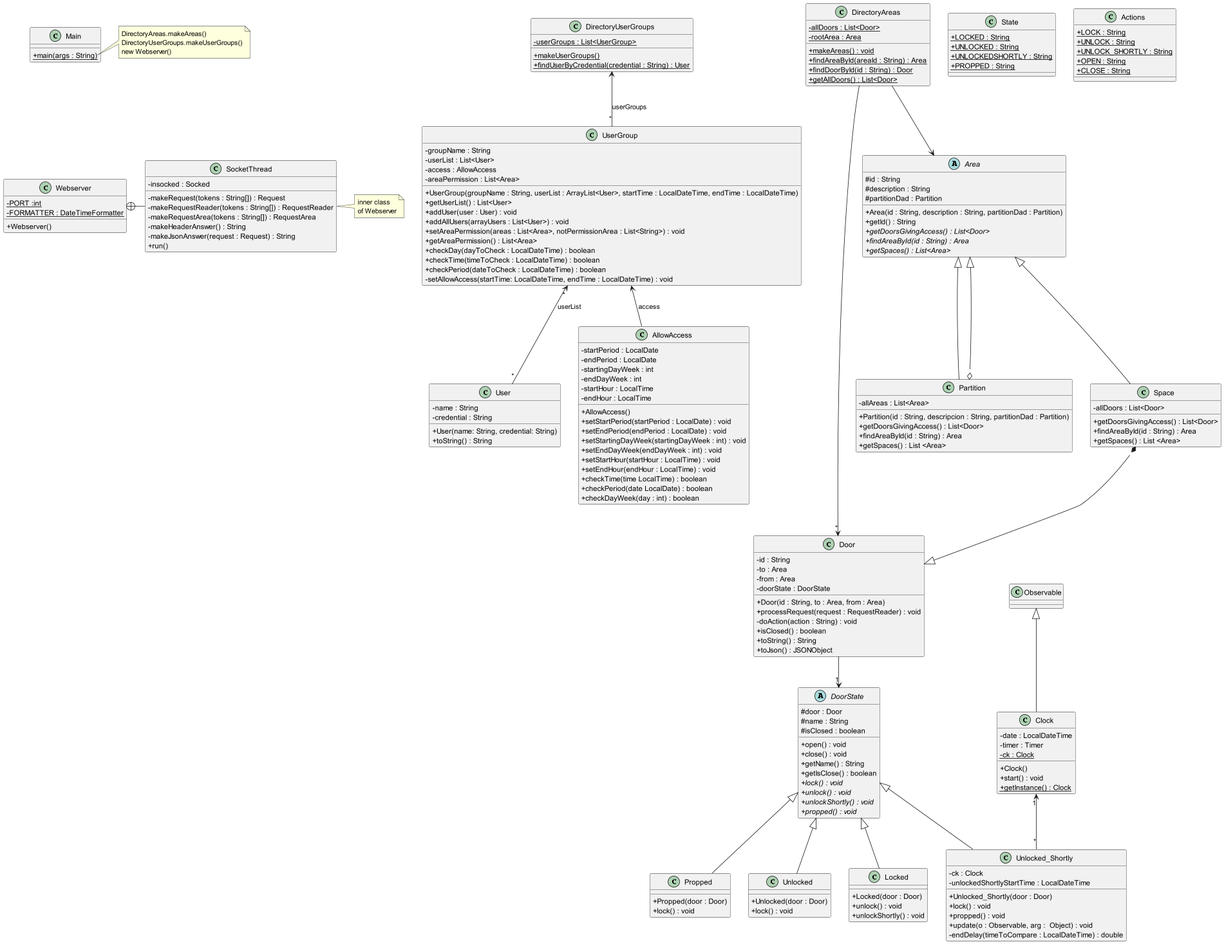
Jordiyy/DSPracticas keeps this PlantUML diagram as src/baseNoStates/uml/base_no_states.png. Above is the earlier version.
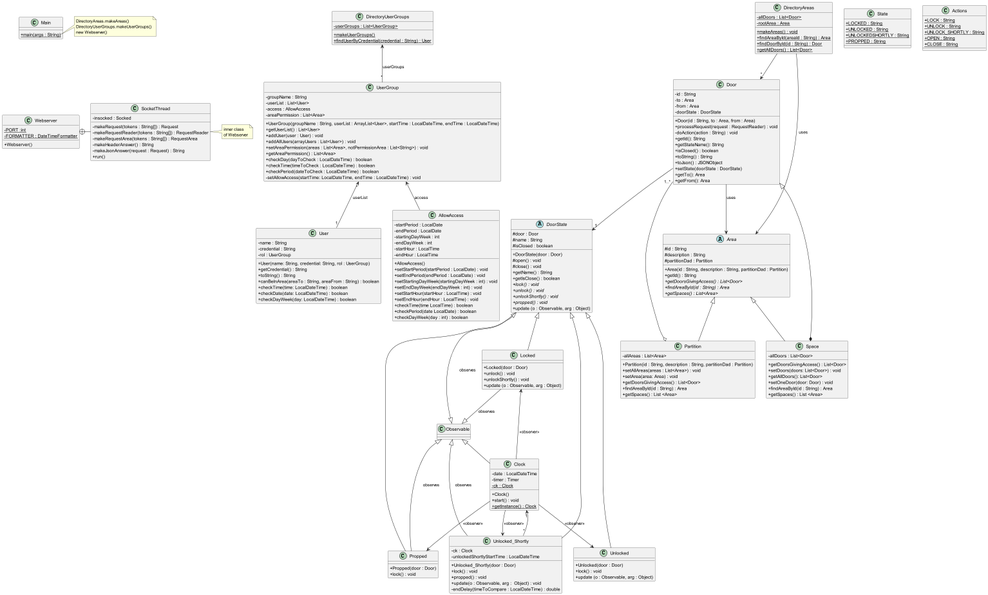
Later version of the same file.

Commit message:
+ cambios UML

Change to the diagram source:
```diff
@@ -63,9 +63,14 @@
     + Door(id : String, to : Area, from : Area)
     + processRequest(request : RequestReader) : void
     - doAction(action : String) : void
+    + getId(): String
+    + getStateName(): String
     + isClosed() : boolean
     + toString() : String
     + toJson() : JSONObject
+    + setState(doorState : DoorState)
+    + getTo(): Area
+    + getFrom(): Area
 }
 
 
@@ -73,8 +78,14 @@
 class User {
     - name : String
     - credential : String
-    + User(name: String, credential: String)
+    - rol : UserGroup
+    + User(name: String, credential: String, rol : UserGroup)
+    + getCredential() : String
     + toString() : String
+    + canBeInArea(areaTo : String, areaFrom : String) : boolean
+    + checkTime(time: LocalDateTime) : boolean
+    + checkDate(date: LocalDateTime) : boolean
+    + checkDayWeek(day: LocalDateTime) : boolean
 }
 
 
@@ -82,25 +93,29 @@
     # door : Door
     # name : String
     # isClosed : boolean
-    + open() : void
-    + close() : void
+    + DoorState(door : Door)
+    # open() : void
+    # close() : void
     + getName() : String
     + getIsClose() : boolean
     + {abstract} lock() : void
     + {abstract} unlock() : void
     + {abstract} unlockShortly() : void
     + {abstract} propped() : void
+    + update (o : Observable, arg : Object)
 }
 
 class Locked extends DoorState {
     + Locked(door : Door)
     + unlock() : void
     + unlockShortly() : void
+    + update (o : Observable, arg : Object)
 }
 
 class Unlocked extends DoorState {
     + Unlocked(door : Door)
     + lock() : void
+    + update (o : Observable, arg : Object)
 }
 
 class Unlocked_Shortly extends DoorState {
@@ -131,7 +146,9 @@
 
 class Partition extends Area {
     - allAreas : List<Area>
-    + Partition(id : String, descripcion : String, partitionDad : Partition)
+    + Partition(id : String, description : String, partitionDad : Partition)
+    + setAllAreas(areas : List<Area>) : void
+    + setArea(area: Area) : void
     + getDoorsGivingAccess() : List<Door>
     + findAreaById(id : String) : Area
     + getSpaces() : List <Area>
@@ -140,6 +157,9 @@
 class Space extends Area {
     - allDoors : List<Door>
     + getDoorsGivingAccess() : List<Door>
+    + setDoors(doors: List<Door>) : void
+    + getAllDoors(): List<Door>
+    + setOneDoor(door: Door) : void
     + findAreaById(id : String) : Area
     + getSpaces() : List <Area>
 }
@@ -199,14 +219,24 @@
 
 Webserver +-right- SocketThread
 DirectoryUserGroups <-- "*" UserGroup : "userGroups"
-UserGroup "*" <-- "*" User : "userList"
+UserGroup "*" <-- "1" User : "userList"
 UserGroup <-- AllowAccess : "access"
-DirectoryAreas --> Area
+DirectoryAreas --> Area : "uses"
 Space *--|> Door
-Partition o--|> Area
 DirectoryAreas --> "*" Door
 Door --> "1" DoorState
+Partition o-- "1..*" Door
 Clock "1" <-- "*" Unlocked_Shortly
+Door --> Area : "uses"
+DoorState --|> Observable : observes
+Unlocked_Shortly --|> Observable : observes
+
+Propped --|> Observable : observes
+Locked --|> Observable : observes
+Clock --> Locked : <<observer>>
+Clock --> Unlocked : <<observer>>
+Clock --> Unlocked_Shortly : <<observer>>
+Clock --> Propped : <<observer>>
 
 
 Main -[hidden]down- Webserver
```
